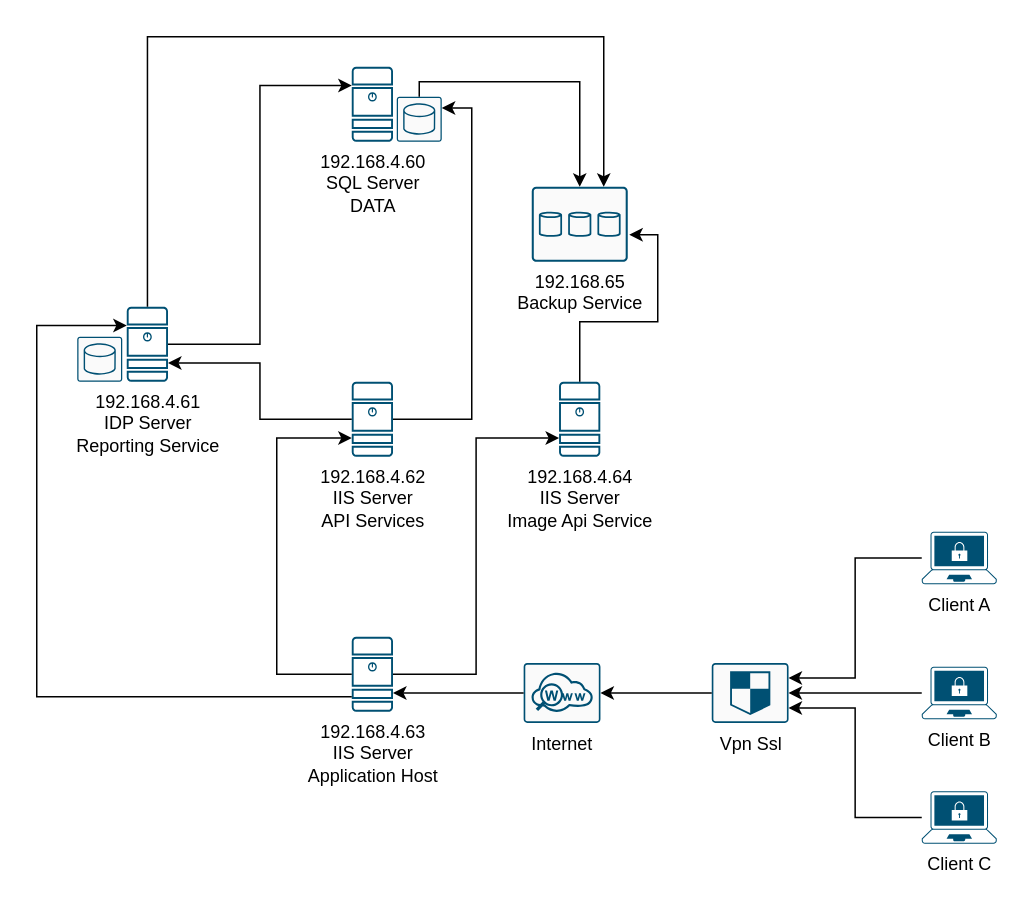
Before: Untitled Diagram.drawio in osvcarign/charts, a draw.io diagram. Source tidied: cells renumbered, new cells numbered last; positions are measured from the earlier drawing's top-left corner, leaving out a move shared by most shapes. Both pictures are drawn from the tidied source at 150%, with x=0, y=0 at pixel (36, 36).
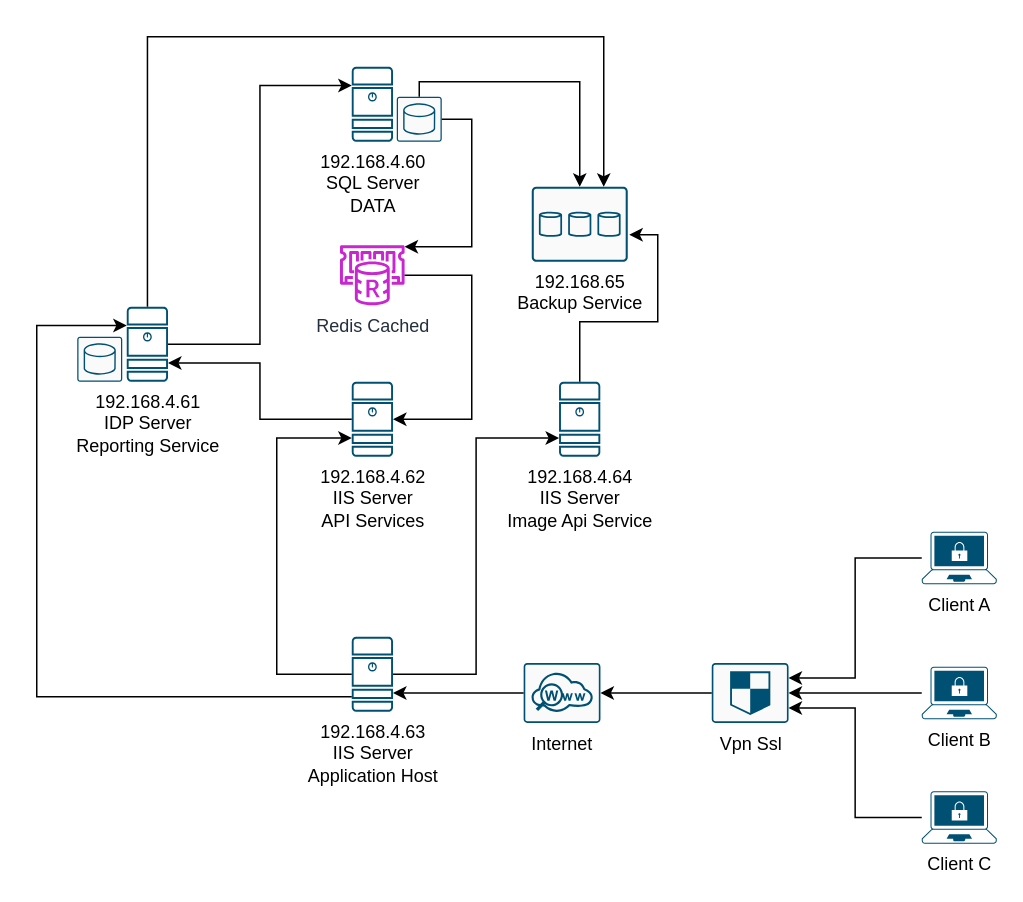
After the change.

Commit message:
Redis Cached

The change refers to these unchanged cells:
```xml
<mxCell id="4" style="sketch=0;points=[[0.015,0.015,0],[0.985,0.015,0],[0.985,0.985,0],[0.015,0.985,0],[0.25,0,0],[0.5,0,0],[0.75,0,0],[1,0.25,0],[1,0.5,0],[1,0.75,0],[0.75,1,0],[0.5,1,0],[0.25,1,0],[0,0.75,0],[0,0.5,0],[0,0.25,0]];verticalLabelPosition=bottom;html=1;verticalAlign=top;align=center;shape=mxgraph.cisco19.rect;prIcon=database_relational;fillColor=#FAFAFA;strokeColor=#005073;" parent="2" vertex="1">
  <mxGeometry x="30" y="20" width="30" height="30" as="geometry" />
</mxCell>
<mxCell id="9" value="192.168.4.62&lt;br&gt;&lt;div&gt;IIS Server&lt;br&gt;&lt;/div&gt;&lt;div&gt;API Services&lt;/div&gt;" style="sketch=0;points=[[0.015,0.015,0],[0.985,0.015,0],[0.985,0.985,0],[0.015,0.985,0],[0.25,0,0],[0.5,0,0],[0.75,0,0],[1,0.25,0],[1,0.5,0],[1,0.75,0],[0.75,1,0],[0.5,1,0],[0.25,1,0],[0,0.75,0],[0,0.5,0],[0,0.25,0]];verticalLabelPosition=bottom;html=1;verticalAlign=top;align=center;shape=mxgraph.cisco19.server;fillColor=#005073;strokeColor=none;" parent="1" vertex="1">
  <mxGeometry x="210" y="230" width="27.5" height="50" as="geometry" />
</mxCell>
```

Diff of the diagram source:
```diff
@@
-    <mxCell id="11" style="edgeStyle=orthogonalEdgeStyle;rounded=0;jettySize=auto;html=1;entryX=1;entryY=0.25;entryDx=0;entryDy=0;entryPerimeter=0;" parent="1" edge="1" source="9" target="4">
-      <mxGeometry relative="1" as="geometry" />
-    </mxCell>
@@
+    <mxCell id="31" value="Redis Cached" style="sketch=0;outlineConnect=0;fontColor=#232F3E;gradientColor=none;fillColor=#C925D1;strokeColor=none;dashed=0;verticalLabelPosition=bottom;verticalAlign=top;align=center;html=1;fontSize=12;fontStyle=0;shape=mxgraph.aws4.elasticache_for_redis;" parent="1" vertex="1">
+      <mxGeometry x="201.1" y="139" width="45.2" height="40" as="geometry" />
+    </mxCell>
+    <mxCell id="32" style="edgeStyle=orthogonalEdgeStyle;rounded=0;jettySize=auto;html=1;entryX=1;entryY=0.5;entryDx=0;entryDy=0;entryPerimeter=0;" parent="1" edge="1" source="31" target="9">
+      <mxGeometry relative="1" as="geometry">
+        <Array as="points">
+          <mxPoint x="290" y="159" />
+          <mxPoint x="290" y="255" />
+        </Array>
+      </mxGeometry>
+    </mxCell>
+    <mxCell id="33" style="edgeStyle=orthogonalEdgeStyle;rounded=0;jettySize=auto;html=1;" parent="1" edge="1" source="4" target="31">
+      <mxGeometry relative="1" as="geometry">
+        <Array as="points">
+          <mxPoint x="290" y="55" />
+          <mxPoint x="290" y="140" />
+        </Array>
+      </mxGeometry>
+    </mxCell>
```
